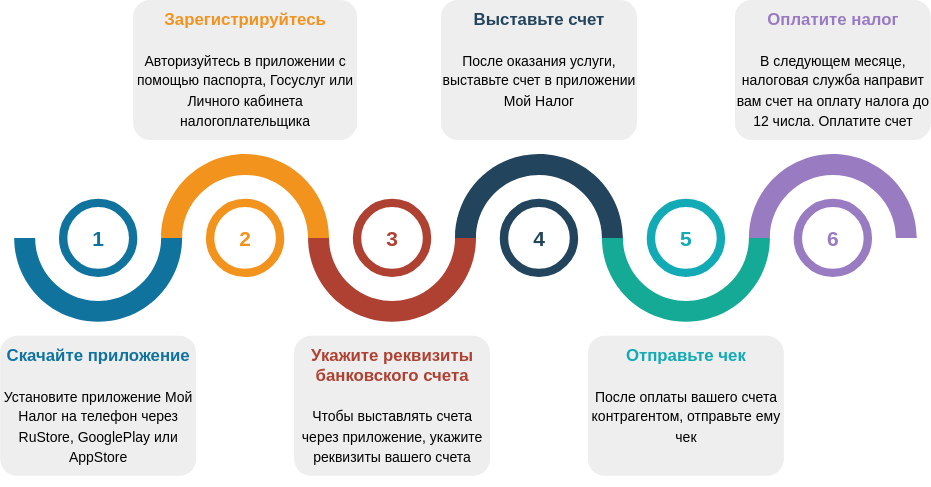
This is Case1/Диаграмма без названия.drawio.svg from AnastasiaBochareva/AnastasiaBochareva, a draw.io export, as it was before one commit. Source tidied: cells renumbered, new cells last; positions are measured from the earlier drawing's top-left corner, leaving out a move shared by most shapes.
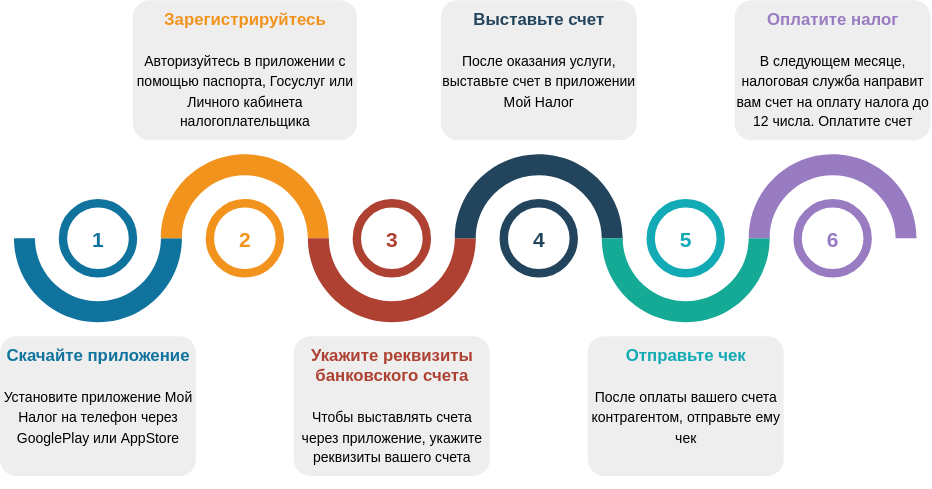
After the commit.

The edit, as a diff of the source:
```diff
@@ -32,7 +32,7 @@
     <mxCell id="11" value="5" style="shape=ellipse;perimeter=ellipsePerimeter;strokeWidth=6;strokeColor=#12AAB5;fontSize=15;html=1;whiteSpace=wrap;fontStyle=1;fontColor=#12AAB5;" parent="1" vertex="1">
       <mxGeometry x="465" y="145" width="50" height="50" as="geometry" />
     </mxCell>
-    <mxCell id="12" value="&lt;font style=&quot;font-size: 10px&quot;&gt;&lt;font style=&quot;font-size: 12px;&quot; color=&quot;#10739E&quot;&gt;&lt;b&gt;Скачайте приложение&lt;/b&gt;&lt;/font&gt;&lt;br&gt;&lt;br&gt;&lt;font size=&quot;1&quot;&gt;Установите приложение Мой Налог на телефон через RuStore, GooglePlay или AppStore&lt;/font&gt;&lt;/font&gt;" style="rounded=1;strokeColor=none;fillColor=#EEEEEE;align=center;arcSize=12;verticalAlign=top;whiteSpace=wrap;html=1;fontSize=12;roundedPerimeter=1;" parent="1" vertex="1">
+    <mxCell id="12" value="&lt;font style=&quot;font-size: 10px&quot;&gt;&lt;font style=&quot;font-size: 12px;&quot; color=&quot;#10739E&quot;&gt;&lt;b&gt;Скачайте приложение&lt;/b&gt;&lt;/font&gt;&lt;br&gt;&lt;br&gt;&lt;font size=&quot;1&quot;&gt;Установите приложение Мой Налог на телефон через GooglePlay или AppStore&lt;/font&gt;&lt;/font&gt;" style="rounded=1;strokeColor=none;fillColor=#EEEEEE;align=center;arcSize=12;verticalAlign=top;whiteSpace=wrap;html=1;fontSize=12;roundedPerimeter=1;" parent="1" vertex="1">
       <mxGeometry y="240" width="140" height="100" as="geometry" />
     </mxCell>
     <mxCell id="13" value="&lt;font style=&quot;&quot;&gt;&lt;font color=&quot;#f2931e&quot;&gt;&lt;b&gt;Зарегистрируйтесь&lt;/b&gt;&lt;/font&gt;&lt;br&gt;&lt;br&gt;&lt;font size=&quot;1&quot; style=&quot;font-size: 10px;&quot;&gt;Авторизуйтесь в приложении с помощью паспорта, Госуслуг или Личного кабинета налогоплательщика&lt;/font&gt;&lt;/font&gt;" style="rounded=1;strokeColor=none;fillColor=#EEEEEE;align=center;arcSize=12;verticalAlign=top;whiteSpace=wrap;html=1;fontSize=12;roundedPerimeter=1;" parent="1" vertex="1">
```
